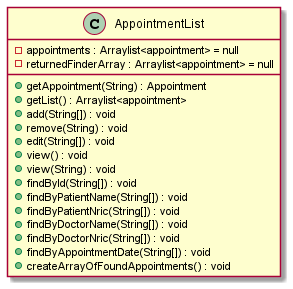
Above: docs/diagrams/AppointmentListUML.png in nus-cs2113-AY2122S2/tp (PlantUML), before the change. Source of this version:
```plantuml
@startuml

class AppointmentList {
-appointments : Arraylist<appointment> = null
-returnedFinderArray : Arraylist<appointment> = null
+getAppointment(String) : Appointment
+getList() : Arraylist<appointment>
+add(String[]) : void
+remove(String) : void
+edit(String[]) : void
+view() : void
+view(String) : void
+findById(String[]) : void
+findByPatientName(String[]) : void
+findByPatientNric(String[]) : void
+findByDoctorName(String[]) : void
+findByDoctorNric(String[]) : void
+findByAppointmentDate(String[]) : void
+createArrayOfFoundAppointments() : void
}

@enduml
```
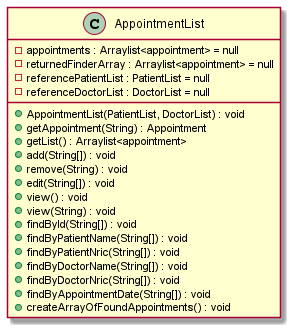
After the change.

Diff of the diagram source:
```diff
@@ -3,6 +3,9 @@
 class AppointmentList {
 -appointments : Arraylist<appointment> = null
 -returnedFinderArray : Arraylist<appointment> = null
+-referencePatientList : PatientList = null
+-referenceDoctorList : DoctorList = null
++AppointmentList(PatientList, DoctorList) : void
 +getAppointment(String) : Appointment
 +getList() : Arraylist<appointment>
 +add(String[]) : void
```
